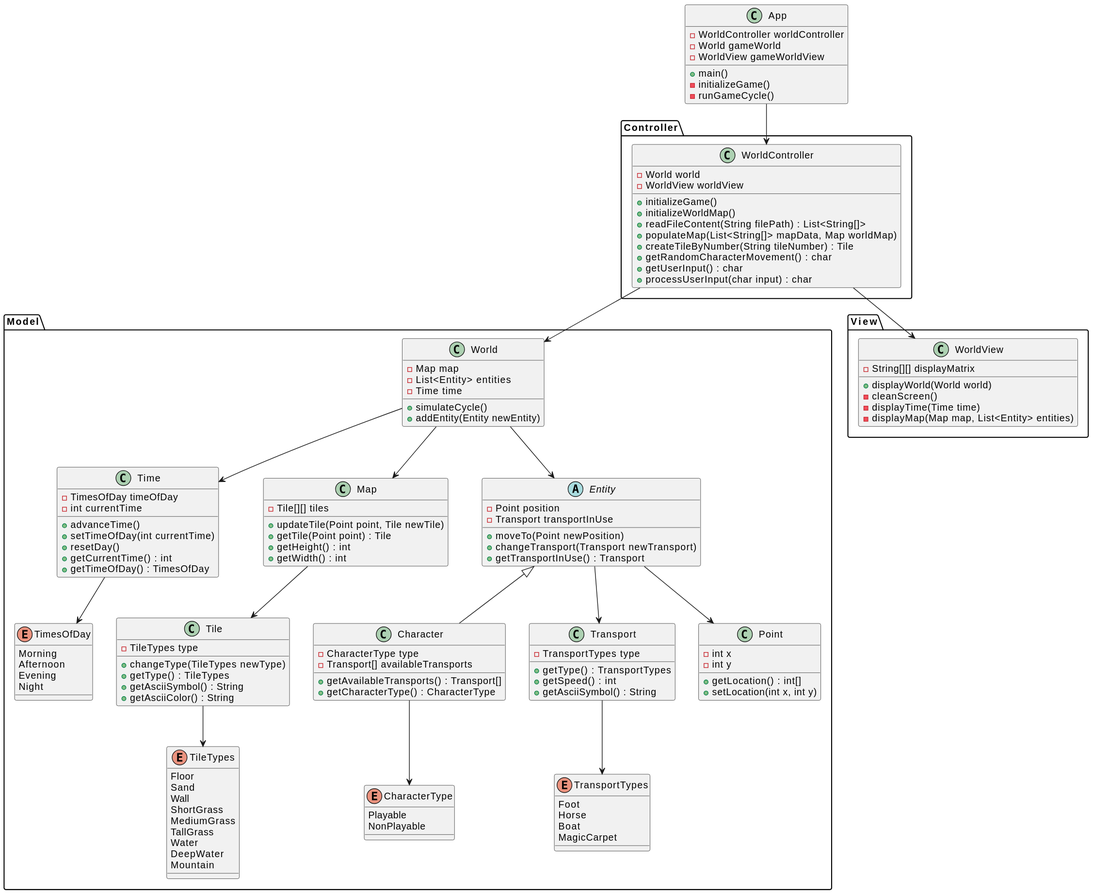
The PlantUML diagram docs/images/ClasesPracticas-PyMundo.svg in mmasias/23-24-IdSw2-SDD, before a commit.
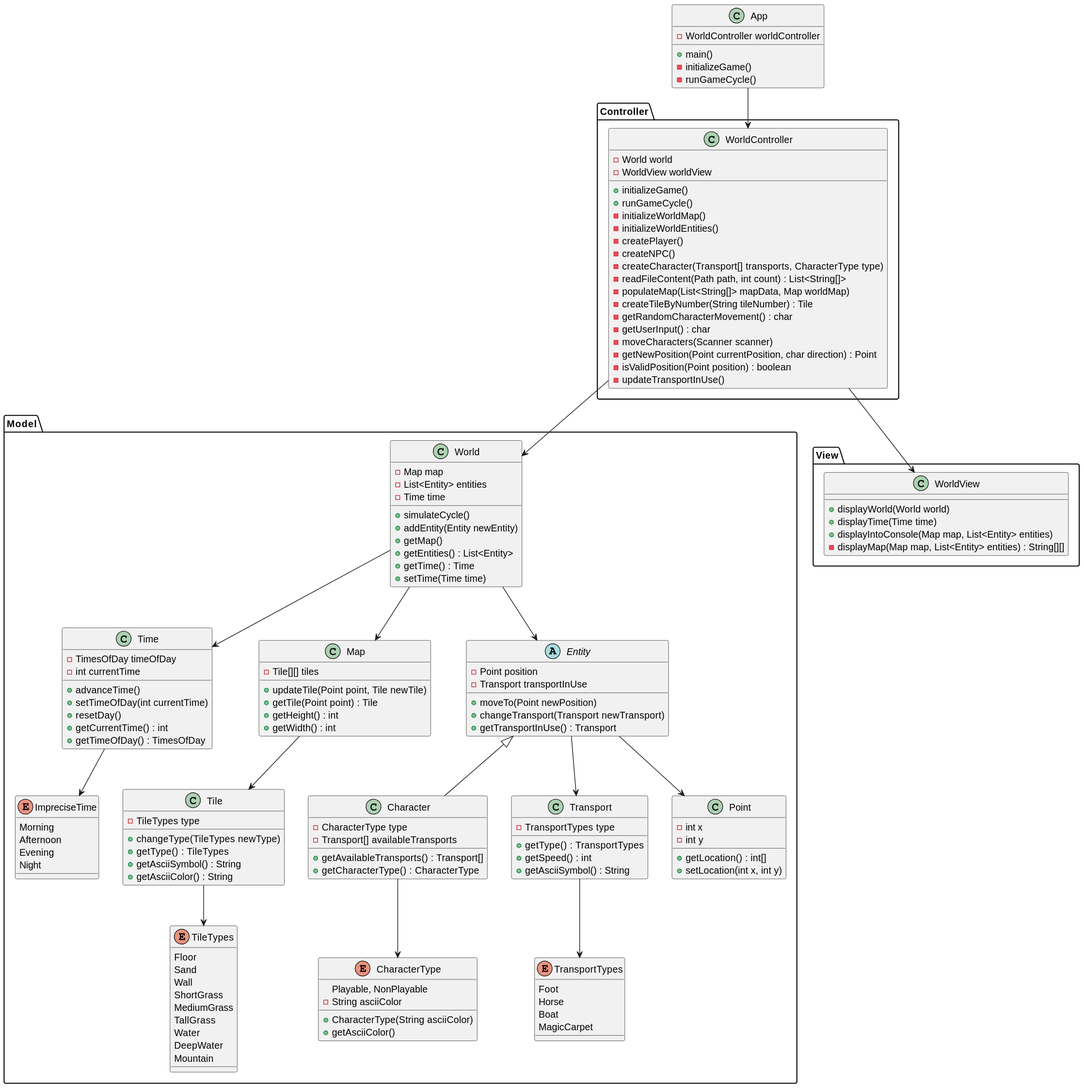
After the change.

Commit message:
Añadiendo la imagen del diagrama modificado

What changed in the source:
```diff
@@ -1,8 +1,6 @@
 @startuml
 class App {
     - WorldController worldController
-    - World gameWorld
-    - WorldView gameWorldView
 
     + main()
     - initializeGame()
@@ -17,6 +15,10 @@
 
         + simulateCycle()
         + addEntity(Entity newEntity)
+        + getMap()
+        + getEntities() : List<Entity>
+        + getTime() : Time
+        + setTime(Time time)
     }
 
     class Time {
@@ -93,7 +95,7 @@
         Mountain
     }
 
-    enum TimesOfDay {
+    enum ImpreciseTime {
         Morning
         Afternoon
         Evening
@@ -108,19 +110,19 @@
     }
 
     enum CharacterType {
-        Playable
-        NonPlayable
+        Playable, NonPlayable
+        - String asciiColor
+        + CharacterType(String asciiColor)
+        + getAsciiColor()
     }
 }
 
 package "View" {
     class WorldView {
-        - String[][] displayMatrix
-
         + displayWorld(World world)
-        - cleanScreen()
-        - displayTime(Time time)
-        - displayMap(Map map, List<Entity> entities)
+        + displayTime(Time time)
+        + displayIntoConsole(Map map, List<Entity> entities)
+        - displayMap(Map map, List<Entity> entities) : String[][]
     }
 }
 
@@ -130,13 +132,21 @@
         - WorldView worldView
 
         + initializeGame()
-        + initializeWorldMap()
-        + readFileContent(String filePath) : List<String[]>
-        + populateMap(List<String[]> mapData, Map worldMap)
-        + createTileByNumber(String tileNumber) : Tile
-        + getRandomCharacterMovement() : char
-        + getUserInput() : char
-        + processUserInput(char input) : char
+        + runGameCycle()
+        - initializeWorldMap()
+        - initializeWorldEntities()
+        - createPlayer()
+        - createNPC()
+        - createCharacter(Transport[] transports, CharacterType type)
+        - readFileContent(Path path, int count) : List<String[]>
+        - populateMap(List<String[]> mapData, Map worldMap)
+        - createTileByNumber(String tileNumber) : Tile
+        - getRandomCharacterMovement() : char
+        - getUserInput() : char
+        - moveCharacters(Scanner scanner)
+        - getNewPosition(Point currentPosition, char direction) : Point
+        - isValidPosition(Point position) : boolean
+        - updateTransportInUse()
     }
 }
 
@@ -148,7 +158,7 @@
 Entity --> Point
 Entity --> Transport
 Transport --> TransportTypes
-Time --> TimesOfDay
+Time --> ImpreciseTime
 Character --> CharacterType
 WorldController --> World
 WorldController --> WorldView
```
